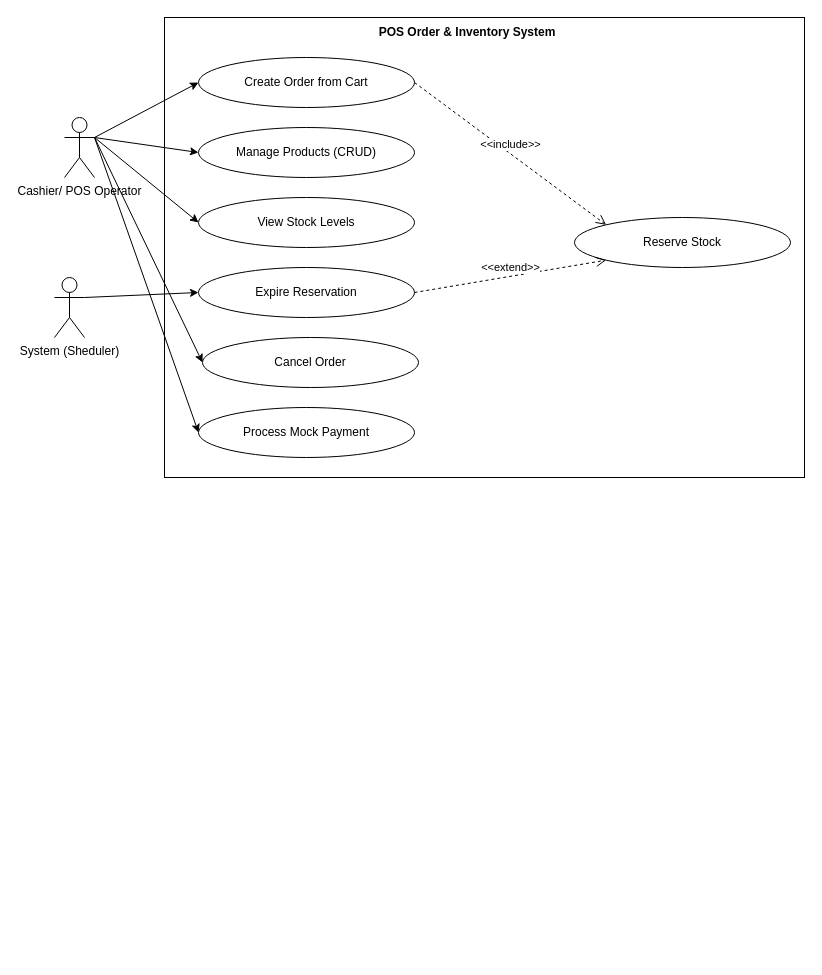
The draw.io diagram docs/diagrams/use_case_diagram.drawio in Dunith-Code/pos-and-ecommerce-syatem, before the edit. Source tidied: cells renumbered, new cells numbered last; positions are measured from the earlier drawing's top-left corner, leaving out a move shared by most shapes. Both pictures are drawn from the tidied source at 100%, with x=0, y=0 at pixel (54, 17).
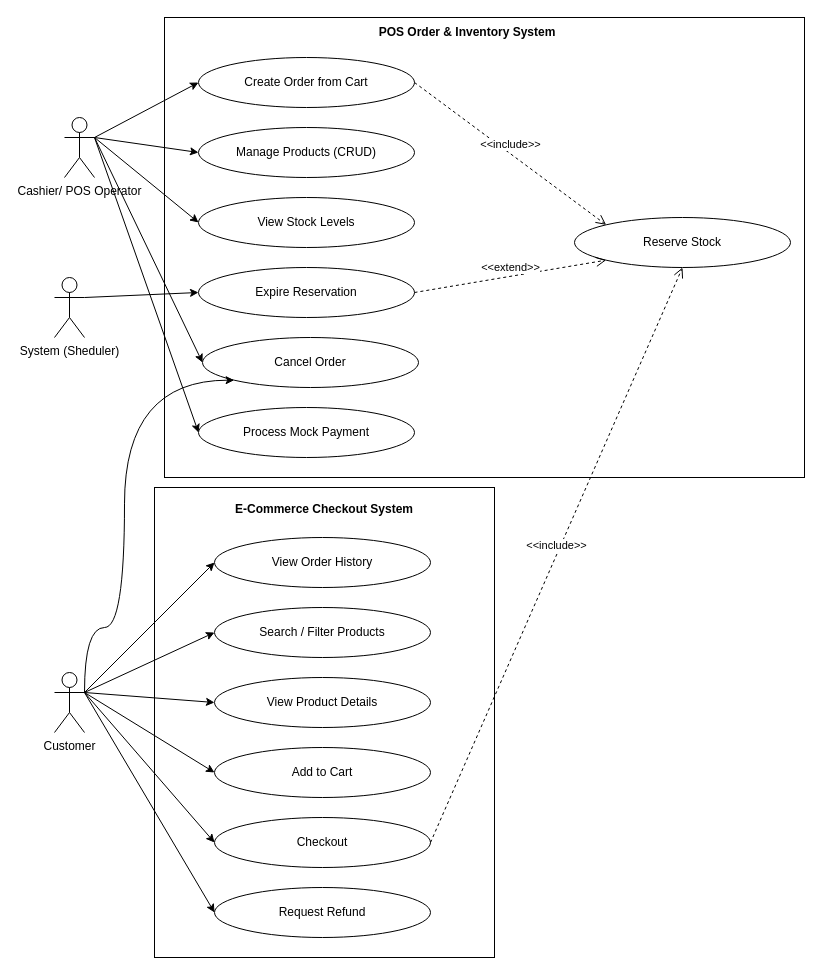
After the change.

The change refers to these unchanged cells:
```xml
<mxCell id="9" value="Cancel Order" style="ellipse;whiteSpace=wrap;html=1;shapeInside=1;" parent="1" vertex="1">
  <mxGeometry x="148" y="320" width="216" height="50" as="geometry" />
</mxCell>
<mxCell id="10" value="Reserve Stock" style="ellipse;whiteSpace=wrap;html=1;shapeInside=1;" parent="1" vertex="1">
  <mxGeometry x="520" y="200" width="216" height="50" as="geometry" />
</mxCell>
```

Diff of the diagram source:
```diff
@@
+    <mxCell id="21" style="rounded=0;whiteSpace=wrap;html=1;" parent="1" vertex="1">
+      <mxGeometry x="100" y="470" width="340" height="470" as="geometry" />
+    </mxCell>
@@
+    <mxCell id="22" value="View Order History" style="ellipse;whiteSpace=wrap;html=1;shapeInside=1;" parent="1" vertex="1">
+      <mxGeometry x="160" y="520" width="216" height="50" as="geometry" />
+    </mxCell>
+    <mxCell id="23" value="Search / Filter Products" style="ellipse;whiteSpace=wrap;html=1;shapeInside=1;" parent="1" vertex="1">
+      <mxGeometry x="160" y="590" width="216" height="50" as="geometry" />
+    </mxCell>
+    <mxCell id="24" value="View Product Details" style="ellipse;whiteSpace=wrap;html=1;shapeInside=1;" parent="1" vertex="1">
+      <mxGeometry x="160" y="660" width="216" height="50" as="geometry" />
+    </mxCell>
+    <mxCell id="25" value="Add to Cart" style="ellipse;whiteSpace=wrap;html=1;shapeInside=1;" parent="1" vertex="1">
+      <mxGeometry x="160" y="730" width="216" height="50" as="geometry" />
+    </mxCell>
+    <mxCell id="26" value="Checkout" style="ellipse;whiteSpace=wrap;html=1;shapeInside=1;" parent="1" vertex="1">
+      <mxGeometry x="160" y="800" width="216" height="50" as="geometry" />
+    </mxCell>
+    <mxCell id="27" value="Request Refund" style="ellipse;whiteSpace=wrap;html=1;shapeInside=1;" parent="1" vertex="1">
+      <mxGeometry x="160" y="870" width="216" height="50" as="geometry" />
+    </mxCell>
+    <mxCell id="28" value="&lt;b&gt;E-Commerce Checkout System&lt;/b&gt;" style="text;html=1;whiteSpace=wrap;strokeColor=none;fillColor=none;align=center;verticalAlign=middle;rounded=0;" parent="1" vertex="1">
+      <mxGeometry x="147" y="477" width="246" height="30" as="geometry" />
+    </mxCell>
+    <mxCell id="29" value="Customer" style="shape=umlActor;verticalLabelPosition=bottom;verticalAlign=top;html=1;outlineConnect=0;" parent="1" vertex="1">
+      <mxGeometry y="655" width="30" height="60" as="geometry" />
+    </mxCell>
+    <mxCell id="30" style="endArrow=classic;html=1;rounded=0;exitX=1;exitY=0.3333333333333333;exitDx=0;exitDy=0;exitPerimeter=0;entryX=0;entryY=0.5;entryDx=0;entryDy=0;" parent="1" edge="1" source="29" target="22">
+      <mxGeometry relative="1" as="geometry" />
+    </mxCell>
+    <mxCell id="31" style="endArrow=classic;html=1;rounded=0;exitX=1;exitY=0.3333333333333333;exitDx=0;exitDy=0;exitPerimeter=0;entryX=0;entryY=0.5;entryDx=0;entryDy=0;" parent="1" edge="1" source="29" target="23">
+      <mxGeometry relative="1" as="geometry" />
+    </mxCell>
+    <mxCell id="32" style="endArrow=classic;html=1;rounded=0;exitX=1;exitY=0.3333333333333333;exitDx=0;exitDy=0;exitPerimeter=0;entryX=0;entryY=0.5;entryDx=0;entryDy=0;" parent="1" edge="1" source="29" target="24">
+      <mxGeometry relative="1" as="geometry" />
+    </mxCell>
+    <mxCell id="33" style="endArrow=classic;html=1;rounded=0;exitX=1;exitY=0.3333333333333333;exitDx=0;exitDy=0;exitPerimeter=0;entryX=0;entryY=0.5;entryDx=0;entryDy=0;" parent="1" edge="1" source="29" target="25">
+      <mxGeometry relative="1" as="geometry" />
+    </mxCell>
+    <mxCell id="34" style="endArrow=classic;html=1;rounded=0;exitX=1;exitY=0.3333333333333333;exitDx=0;exitDy=0;exitPerimeter=0;entryX=0;entryY=0.5;entryDx=0;entryDy=0;" parent="1" edge="1" source="29" target="26">
+      <mxGeometry relative="1" as="geometry" />
+    </mxCell>
+    <mxCell id="35" style="endArrow=classic;html=1;rounded=0;exitX=1;exitY=0.3333333333333333;exitDx=0;exitDy=0;exitPerimeter=0;entryX=0;entryY=0.5;entryDx=0;entryDy=0;" parent="1" edge="1" source="29" target="27">
+      <mxGeometry relative="1" as="geometry" />
+    </mxCell>
+    <mxCell id="36" style="endArrow=classic;html=1;rounded=0;exitX=1;exitY=0.3333333333333333;exitDx=0;exitDy=0;exitPerimeter=0;entryX=0;entryY=1;entryDx=0;entryDy=0;edgeStyle=orthogonalEdgeStyle;curved=1;" parent="1" edge="1" source="29" target="9">
+      <mxGeometry relative="1" as="geometry">
+        <Array as="points">
+          <mxPoint x="30" y="610" />
+          <mxPoint x="70" y="610" />
+          <mxPoint x="70" y="362.7" />
+        </Array>
+      </mxGeometry>
+    </mxCell>
+    <mxCell id="37" value="&amp;lt;&amp;lt;include&amp;gt;&amp;gt;" style="html=1;verticalAlign=bottom;endArrow=open;dashed=1;endSize=8;curved=0;rounded=0;entryX=0.5;entryY=1;entryDx=0;entryDy=0;exitX=1;exitY=0.5;exitDx=0;exitDy=0;" parent="1" edge="1" source="26" target="10">
+      <mxGeometry relative="1" as="geometry" />
+    </mxCell>
```
